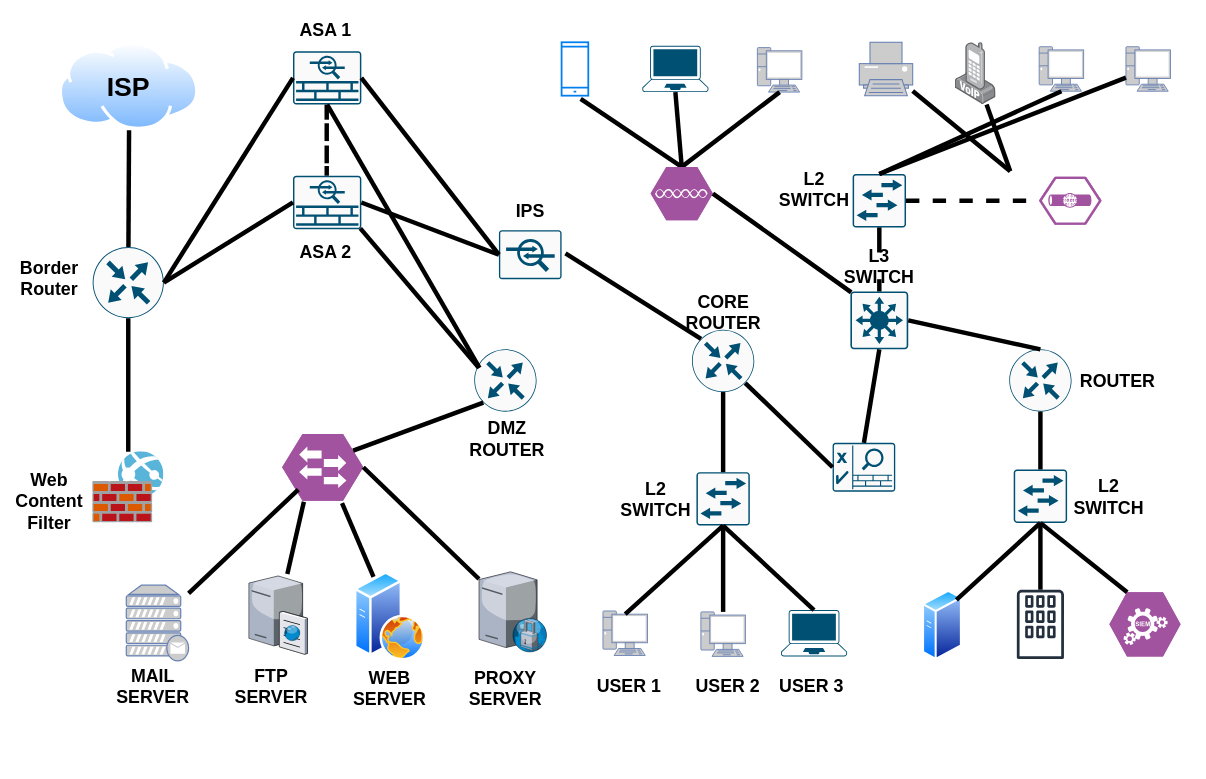
Before: TABA.drawio in HackGuru108/GIIT, a draw.io diagram. Source tidied: cells renumbered, new cells numbered last; positions are measured from the earlier drawing's top-left corner, leaving out a move shared by most shapes. Both pictures are drawn from the tidied source at 89%, with x=0, y=0 at pixel (22, 15).
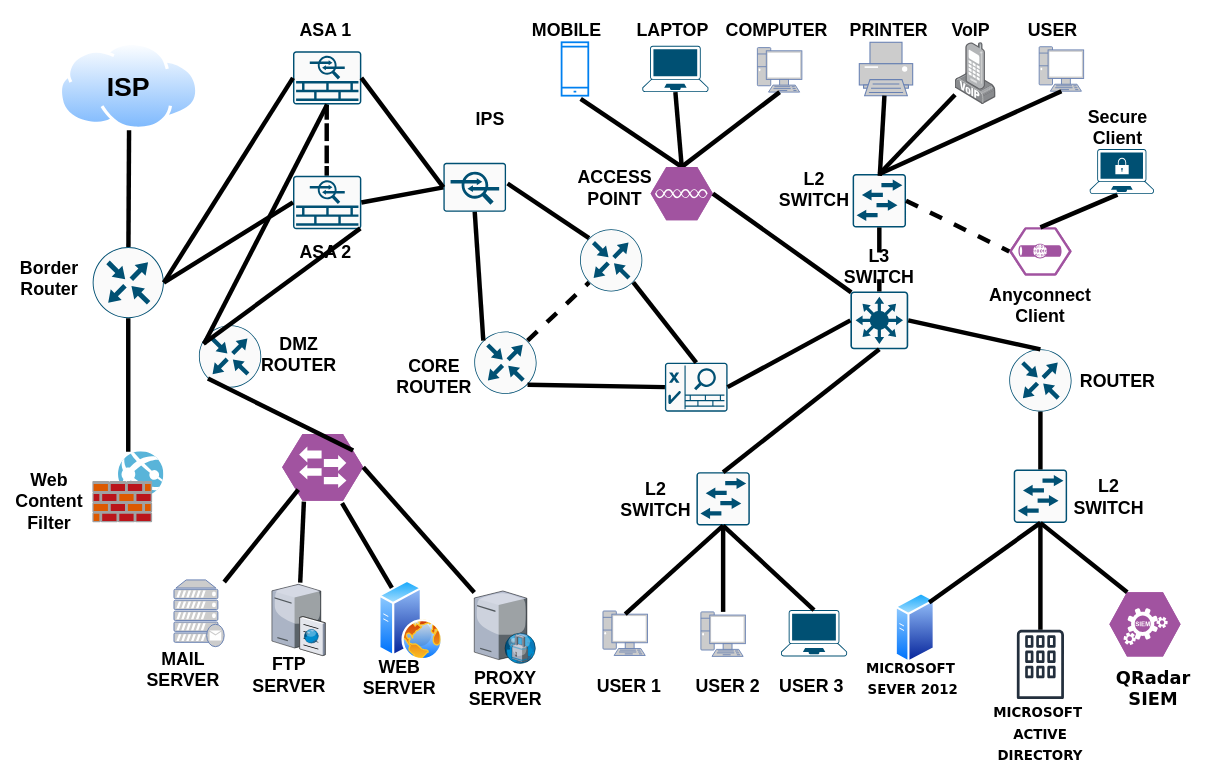
Above is the later version.

Unchanged cells that the change refers to:
```xml
<mxCell id="12" style="sketch=0;points=[[0.015,0.015,0],[0.985,0.015,0],[0.985,0.985,0],[0.015,0.985,0],[0.25,0,0],[0.5,0,0],[0.75,0,0],[1,0.25,0],[1,0.5,0],[1,0.75,0],[0.75,1,0],[0.5,1,0],[0.25,1,0],[0,0.75,0],[0,0.5,0],[0,0.25,0]];verticalLabelPosition=bottom;html=1;verticalAlign=top;align=center;shape=mxgraph.cisco19.rect;prIcon=l3_switch;fillColor=#FAFAFA;strokeColor=#005073;" parent="1" vertex="1">
  <mxGeometry x="930" y="310" width="65" height="65" as="geometry" />
</mxCell>
<mxCell id="14" style="sketch=0;points=[[0.015,0.015,0],[0.985,0.015,0],[0.985,0.985,0],[0.015,0.985,0],[0.25,0,0],[0.5,0,0],[0.75,0,0],[1,0.25,0],[1,0.5,0],[1,0.75,0],[0.75,1,0],[0.5,1,0],[0.25,1,0],[0,0.75,0],[0,0.5,0],[0,0.25,0]];verticalLabelPosition=bottom;html=1;verticalAlign=top;align=center;shape=mxgraph.cisco19.rect;prIcon=l2_switch;fillColor=#FAFAFA;strokeColor=#005073;" parent="1" vertex="1">
  <mxGeometry x="757" y="513" width="60" height="60" as="geometry" />
</mxCell>
<mxCell id="22" style="sketch=0;points=[[0.015,0.015,0],[0.985,0.015,0],[0.985,0.985,0],[0.015,0.985,0],[0.25,0,0],[0.5,0,0],[0.75,0,0],[1,0.25,0],[1,0.5,0],[1,0.75,0],[0.75,1,0],[0.5,1,0],[0.25,1,0],[0,0.75,0],[0,0.5,0],[0,0.25,0]];verticalLabelPosition=bottom;html=1;verticalAlign=top;align=center;shape=mxgraph.cisco19.rect;prIcon=l2_switch;fillColor=#FAFAFA;strokeColor=#005073;" parent="1" vertex="1">
  <mxGeometry x="932.5" y="178" width="60" height="60" as="geometry" />
</mxCell>
<mxCell id="23" style="fontColor=#0066CC;verticalAlign=top;verticalLabelPosition=bottom;labelPosition=center;align=center;html=1;outlineConnect=0;fillColor=#CCCCCC;strokeColor=#6881B3;gradientColor=none;gradientDirection=north;strokeWidth=2;shape=mxgraph.networks.printer;" parent="1" vertex="1">
  <mxGeometry x="940" y="30" width="60" height="60" as="geometry" />
</mxCell>
<mxCell id="24" style="points=[];html=1;align=center;shadow=0;dashed=0;image;image=img/lib/allied_telesis/computer_and_terminals/VOIP_IP_phone.svg;" parent="1" vertex="1">
  <mxGeometry x="1047.6" y="30" width="46" height="70" as="geometry" />
</mxCell>
```

The edit, as a diff of the source:
```diff
@@
     <mxCell id="9" style="sketch=0;points=[[0.015,0.015,0],[0.985,0.015,0],[0.985,0.985,0],[0.015,0.985,0],[0.25,0,0],[0.5,0,0],[0.75,0,0],[1,0.25,0],[1,0.5,0],[1,0.75,0],[0.75,1,0],[0.5,1,0],[0.25,1,0],[0,0.75,0],[0,0.5,0],[0,0.25,0]];verticalLabelPosition=bottom;html=1;verticalAlign=top;align=center;shape=mxgraph.cisco19.rect;prIcon=ips_ids;fillColor=#FAFAFA;strokeColor=#005073;" parent="1" vertex="1">
-      <mxGeometry x="535.1" y="241.2" width="70.4" height="55" as="geometry" />
+      <mxGeometry x="472.7" y="165.5" width="70.4" height="55" as="geometry" />
     </mxCell>
     <mxCell id="10" style="sketch=0;points=[[0.5,0,0],[1,0.5,0],[0.5,1,0],[0,0.5,0],[0.145,0.145,0],[0.8555,0.145,0],[0.855,0.8555,0],[0.145,0.855,0]];verticalLabelPosition=bottom;html=1;verticalAlign=top;align=center;shape=mxgraph.cisco19.rect;prIcon=router;fillColor=#FAFAFA;strokeColor=#005073;" parent="1" vertex="1">
-      <mxGeometry x="752" y="353" width="70" height="70" as="geometry" />
+      <mxGeometry x="507.4" y="355" width="70" height="70" as="geometry" />
     </mxCell>
     <mxCell id="11" style="sketch=0;points=[[0.015,0.015,0],[0.985,0.015,0],[0.985,0.985,0],[0.015,0.985,0],[0.25,0,0],[0.5,0,0],[0.75,0,0],[1,0.25,0],[1,0.5,0],[1,0.75,0],[0.75,1,0],[0.5,1,0],[0.25,1,0],[0,0.75,0],[0,0.5,0],[0,0.25,0]];verticalLabelPosition=bottom;html=1;verticalAlign=top;align=center;shape=mxgraph.cisco19.rect;prIcon=nac_appliance;fillColor=#FAFAFA;strokeColor=#005073;" parent="1" vertex="1">
-      <mxGeometry x="910" y="480" width="70.4" height="55" as="geometry" />
+      <mxGeometry x="721.6" y="390" width="70.4" height="55" as="geometry" />
     </mxCell>
@@
     <mxCell id="16" style="perimeter=ellipsePerimeter;html=1;align=center;shadow=0;dashed=0;spacingTop=3;image;image=img/lib/active_directory/generic_server.svg;" parent="1" vertex="1">
-      <mxGeometry x="1011" y="645" width="44.8" height="80" as="geometry" />
+      <mxGeometry x="980.4" y="648" width="44.8" height="80" as="geometry" />
     </mxCell>
     <mxCell id="17" style="sketch=0;outlineConnect=0;fontColor=#232F3E;gradientColor=none;fillColor=#232F3D;strokeColor=none;dashed=0;verticalLabelPosition=bottom;verticalAlign=top;align=center;html=1;fontSize=12;fontStyle=0;shape=mxgraph.aws4.corporate_data_center;" parent="1" vertex="1">
-      <mxGeometry x="1117" y="645" width="53" height="78" as="geometry" />
+      <mxGeometry x="1117" y="690" width="53" height="78" as="geometry" />
     </mxCell>
@@
-    <mxCell id="28" style="fontColor=#0066CC;verticalAlign=top;verticalLabelPosition=bottom;labelPosition=center;align=center;html=1;outlineConnect=0;fillColor=#CCCCCC;strokeColor=#6881B3;gradientColor=none;gradientDirection=north;strokeWidth=2;shape=mxgraph.networks.pc;" parent="1" vertex="1">
-      <mxGeometry x="1239.6" y="35" width="50" height="50" as="geometry" />
-    </mxCell>
@@
-    <mxCell id="38" style="endArrow=none;html=1;rounded=0;strokeWidth=5;exitX=0.145;exitY=0.145;exitDx=0;exitDy=0;exitPerimeter=0;entryX=1.062;entryY=0.473;entryDx=0;entryDy=0;entryPerimeter=0;" parent="1" edge="1" source="10" target="9">
+    <mxCell id="38" style="endArrow=none;html=1;rounded=0;strokeWidth=5;exitX=0.145;exitY=0.145;exitDx=0;exitDy=0;exitPerimeter=0;entryX=0.5;entryY=1;entryDx=0;entryDy=0;entryPerimeter=0;" parent="1" edge="1" source="10" target="9">
       <mxGeometry relative="1" as="geometry" />
     </mxCell>
@@
-    <mxCell id="40" style="endArrow=none;html=1;rounded=0;strokeWidth=5;exitX=0.5;exitY=1;exitDx=0;exitDy=0;exitPerimeter=0;entryX=0.5;entryY=0;entryDx=0;entryDy=0;entryPerimeter=0;" parent="1" edge="1" source="12" target="11">
+    <mxCell id="40" style="endArrow=none;html=1;rounded=0;strokeWidth=5;exitX=0;exitY=0.5;exitDx=0;exitDy=0;exitPerimeter=0;entryX=1;entryY=0.5;entryDx=0;entryDy=0;entryPerimeter=0;" parent="1" edge="1" source="12" target="11">
       <mxGeometry relative="1" as="geometry" />
     </mxCell>
@@
     <mxCell id="42" style="verticalLabelPosition=bottom;sketch=0;html=1;fillColor=#A153A0;strokeColor=#ffffff;verticalAlign=top;align=center;points=[[0,0.5,0],[0.125,0.25,0],[0.25,0,0],[0.5,0,0],[0.75,0,0],[0.875,0.25,0],[1,0.5,0],[0.875,0.75,0],[0.75,1,0],[0.5,1,0],[0.125,0.75,0]];shape=mxgraph.cisco_safe.compositeIcon;bgIcon=mxgraph.cisco_safe.design.blank_device;resIcon=mxgraph.cisco_safe.design.cisco_anyconnect;" parent="1" vertex="1">
-      <mxGeometry x="1142.1" y="181" width="70" height="54" as="geometry" />
+      <mxGeometry x="1108.5" y="238" width="70" height="54" as="geometry" />
     </mxCell>
-    <mxCell id="43" style="endArrow=none;html=1;rounded=0;strokeWidth=5;exitX=0.5;exitY=0;exitDx=0;exitDy=0;exitPerimeter=0;entryX=0.5;entryY=1;entryDx=0;entryDy=0;entryPerimeter=0;" parent="1" edge="1" source="14" target="10">
+    <mxCell id="43" style="endArrow=none;html=1;rounded=0;strokeWidth=5;exitX=0.5;exitY=0;exitDx=0;exitDy=0;exitPerimeter=0;entryX=0.5;entryY=1;entryDx=0;entryDy=0;entryPerimeter=0;" parent="1" edge="1" source="14" target="12">
       <mxGeometry relative="1" as="geometry" />
     </mxCell>
@@
-    <mxCell id="53" style="endArrow=none;html=1;rounded=0;strokeWidth=5;exitX=0.5;exitY=0;exitDx=0;exitDy=0;exitPerimeter=0;" parent="1" edge="1" source="22" target="28">
+    <mxCell id="53" style="endArrow=none;html=1;rounded=0;strokeWidth=5;exitX=0.5;exitY=0;exitDx=0;exitDy=0;exitPerimeter=0;entryX=0.432;entryY=1.013;entryDx=0;entryDy=0;entryPerimeter=0;" parent="1" edge="1" source="42" target="107">
       <mxGeometry relative="1" as="geometry" />
     </mxCell>
@@
-    <mxCell id="55" style="endArrow=none;html=1;rounded=0;strokeWidth=5;" parent="1" edge="1" target="24">
-      <mxGeometry relative="1" as="geometry">
-        <mxPoint x="1109.6" y="175" as="sourcePoint" />
-      </mxGeometry>
+    <mxCell id="55" style="endArrow=none;html=1;rounded=0;strokeWidth=5;exitX=0.5;exitY=0;exitDx=0;exitDy=0;exitPerimeter=0;" parent="1" edge="1" source="22" target="24">
+      <mxGeometry relative="1" as="geometry" />
     </mxCell>
     <mxCell id="56" style="endArrow=none;html=1;rounded=0;strokeWidth=5;" parent="1" edge="1" target="23">
       <mxGeometry relative="1" as="geometry">
-        <mxPoint x="1109.6" y="175" as="sourcePoint" />
+        <mxPoint x="963" y="180" as="sourcePoint" />
       </mxGeometry>
     </mxCell>
@@
     <mxCell id="67" value="&lt;b&gt;IPS&lt;/b&gt;" style="text;html=1;strokeColor=none;fillColor=none;align=center;verticalAlign=middle;whiteSpace=wrap;rounded=0;fontSize=20;" parent="1" vertex="1">
-      <mxGeometry x="530" y="203.8" width="80.6" height="30" as="geometry" />
+      <mxGeometry x="484.9" y="100" width="80.6" height="30" as="geometry" />
     </mxCell>
     <mxCell id="68" value="&lt;b&gt;CORE ROUTER&lt;/b&gt;" style="text;html=1;strokeColor=none;fillColor=none;align=center;verticalAlign=middle;whiteSpace=wrap;rounded=0;fontSize=20;" parent="1" vertex="1">
-      <mxGeometry x="746.7" y="318" width="80.6" height="30" as="geometry" />
+      <mxGeometry x="421.5" y="390" width="80.6" height="30" as="geometry" />
     </mxCell>
@@
     <mxCell id="76" style="sketch=0;points=[[0.5,0,0],[1,0.5,0],[0.5,1,0],[0,0.5,0],[0.145,0.145,0],[0.8555,0.145,0],[0.855,0.8555,0],[0.145,0.855,0]];verticalLabelPosition=bottom;html=1;verticalAlign=top;align=center;shape=mxgraph.cisco19.rect;prIcon=router;fillColor=#FAFAFA;strokeColor=#005073;" parent="1" vertex="1">
-      <mxGeometry x="507.4" y="375" width="70" height="70" as="geometry" />
+      <mxGeometry x="198" y="348" width="70" height="70" as="geometry" />
     </mxCell>
@@
     <mxCell id="79" value="&lt;b&gt;DMZ ROUTER&lt;/b&gt;" style="text;html=1;strokeColor=none;fillColor=none;align=center;verticalAlign=middle;whiteSpace=wrap;rounded=0;fontSize=20;" parent="1" vertex="1">
-      <mxGeometry x="503.5" y="460" width="80.6" height="30" as="geometry" />
+      <mxGeometry x="269.7" y="365" width="80.6" height="30" as="geometry" />
     </mxCell>
     <mxCell id="80" style="fontColor=#0066CC;verticalAlign=top;verticalLabelPosition=bottom;labelPosition=center;align=center;html=1;outlineConnect=0;fillColor=#CCCCCC;strokeColor=#6881B3;gradientColor=none;gradientDirection=north;strokeWidth=2;shape=mxgraph.networks.mail_server;fontSize=20;" parent="1" vertex="1">
-      <mxGeometry x="116.4" y="640" width="70" height="85" as="geometry" />
+      <mxGeometry x="170" y="634.1" width="56.4" height="75" as="geometry" />
     </mxCell>
     <mxCell id="81" style="verticalLabelPosition=bottom;sketch=0;html=1;verticalAlign=top;strokeColor=none;align=center;outlineConnect=0;shape=mxgraph.citrix.ftp_server;fontSize=20;" parent="1" vertex="1">
-      <mxGeometry x="254.1" y="627.5" width="65.9" height="90" as="geometry" />
+      <mxGeometry x="280" y="637.1" width="59.9" height="81.9" as="geometry" />
     </mxCell>
     <mxCell id="82" style="perimeter=ellipsePerimeter;html=1;align=center;shadow=0;dashed=0;spacingTop=3;image;image=img/lib/active_directory/web_server.svg;fontSize=20;" parent="1" vertex="1">
-      <mxGeometry x="372.7" y="625" width="80" height="100" as="geometry" />
+      <mxGeometry x="400" y="634.1" width="72.7" height="90.9" as="geometry" />
     </mxCell>
     <mxCell id="83" style="verticalLabelPosition=bottom;sketch=0;html=1;verticalAlign=top;strokeColor=none;align=center;outlineConnect=0;shape=mxgraph.citrix.proxy_server;fontSize=20;" parent="1" vertex="1">
-      <mxGeometry x="512.7" y="625" width="76.5" height="90" as="geometry" />
+      <mxGeometry x="507.4" y="646.5" width="69.2" height="81.5" as="geometry" />
     </mxCell>
@@
     <mxCell id="85" value="&lt;b&gt;MAIL SERVER&lt;/b&gt;" style="text;html=1;strokeColor=none;fillColor=none;align=center;verticalAlign=middle;whiteSpace=wrap;rounded=0;fontSize=20;" parent="1" vertex="1">
-      <mxGeometry x="105.8" y="738" width="80.6" height="30" as="geometry" />
+      <mxGeometry x="140" y="719" width="80.6" height="30" as="geometry" />
     </mxCell>
     <mxCell id="86" value="&lt;b&gt;FTP SERVER&lt;/b&gt;" style="text;html=1;strokeColor=none;fillColor=none;align=center;verticalAlign=middle;whiteSpace=wrap;rounded=0;fontSize=20;" parent="1" vertex="1">
-      <mxGeometry x="239.3" y="738" width="80.6" height="30" as="geometry" />
+      <mxGeometry x="259.3" y="725" width="80.6" height="30" as="geometry" />
     </mxCell>
     <mxCell id="87" value="&lt;b&gt;WEB SERVER&lt;/b&gt;" style="text;html=1;strokeColor=none;fillColor=none;align=center;verticalAlign=middle;whiteSpace=wrap;rounded=0;fontSize=20;" parent="1" vertex="1">
-      <mxGeometry x="372.1" y="740" width="80.6" height="30" as="geometry" />
+      <mxGeometry x="382.7" y="728" width="80.6" height="30" as="geometry" />
     </mxCell>
@@
+    <mxCell id="96" value="&lt;b style=&quot;font-family: &amp;#34;verdana&amp;#34; , &amp;#34;arial&amp;#34; , &amp;#34;helvetica&amp;#34; , sans-serif ; font-size: 15px&quot;&gt;MICROSOFT&amp;nbsp;&lt;br&gt;SEVER 2012&lt;/b&gt;" style="text;html=1;strokeColor=none;fillColor=none;align=center;verticalAlign=middle;whiteSpace=wrap;rounded=0;fontSize=20;" parent="1" vertex="1">
+      <mxGeometry x="960" y="728" width="80.6" height="30" as="geometry" />
+    </mxCell>
+    <mxCell id="97" value="&lt;b style=&quot;font-family: &amp;#34;verdana&amp;#34; , &amp;#34;arial&amp;#34; , &amp;#34;helvetica&amp;#34; , sans-serif ; font-size: 15px&quot;&gt;MICROSOFT&amp;nbsp;&lt;br&gt;ACTIVE DIRECTORY&lt;/b&gt;" style="text;html=1;strokeColor=none;fillColor=none;align=center;verticalAlign=middle;whiteSpace=wrap;rounded=0;fontSize=20;" parent="1" vertex="1">
+      <mxGeometry x="1103.2" y="790" width="80.6" height="30" as="geometry" />
+    </mxCell>
+    <mxCell id="98" value="&lt;b style=&quot;font-family: &amp;#34;verdana&amp;#34; , &amp;#34;arial&amp;#34; , &amp;#34;helvetica&amp;#34; , sans-serif&quot;&gt;QRadar SIEM&lt;/b&gt;" style="text;html=1;strokeColor=none;fillColor=none;align=center;verticalAlign=middle;whiteSpace=wrap;rounded=0;fontSize=20;" parent="1" vertex="1">
+      <mxGeometry x="1230" y="740" width="80.6" height="30" as="geometry" />
+    </mxCell>
+    <mxCell id="99" value="&lt;b&gt;Anyconnect Client&lt;/b&gt;" style="text;html=1;strokeColor=none;fillColor=none;align=center;verticalAlign=middle;whiteSpace=wrap;rounded=0;fontSize=20;" parent="1" vertex="1">
+      <mxGeometry x="1103.2" y="310" width="80.6" height="30" as="geometry" />
+    </mxCell>
+    <mxCell id="100" value="&lt;b&gt;ACCESS&lt;br&gt;POINT&lt;br&gt;&lt;/b&gt;" style="text;html=1;strokeColor=none;fillColor=none;align=center;verticalAlign=middle;whiteSpace=wrap;rounded=0;fontSize=20;" parent="1" vertex="1">
+      <mxGeometry x="624.9" y="178" width="80.6" height="30" as="geometry" />
+    </mxCell>
+    <mxCell id="101" value="&lt;b&gt;MOBILE&lt;/b&gt;" style="text;html=1;strokeColor=none;fillColor=none;align=center;verticalAlign=middle;whiteSpace=wrap;rounded=0;fontSize=20;" parent="1" vertex="1">
+      <mxGeometry x="571.4" width="80.6" height="30" as="geometry" />
+    </mxCell>
+    <mxCell id="102" value="&lt;b&gt;LAPTOP&lt;/b&gt;" style="text;html=1;strokeColor=none;fillColor=none;align=center;verticalAlign=middle;whiteSpace=wrap;rounded=0;fontSize=20;" parent="1" vertex="1">
+      <mxGeometry x="689.9" width="80.6" height="30" as="geometry" />
+    </mxCell>
+    <mxCell id="103" value="&lt;b&gt;COMPUTER&lt;/b&gt;" style="text;html=1;strokeColor=none;fillColor=none;align=center;verticalAlign=middle;whiteSpace=wrap;rounded=0;fontSize=20;" parent="1" vertex="1">
+      <mxGeometry x="807" width="80.6" height="30" as="geometry" />
+    </mxCell>
+    <mxCell id="104" value="&lt;b&gt;PRINTER&lt;/b&gt;" style="text;html=1;strokeColor=none;fillColor=none;align=center;verticalAlign=middle;whiteSpace=wrap;rounded=0;fontSize=20;" parent="1" vertex="1">
+      <mxGeometry x="932.5" width="80.6" height="30" as="geometry" />
+    </mxCell>
+    <mxCell id="105" value="&lt;b&gt;VoIP&lt;/b&gt;" style="text;html=1;strokeColor=none;fillColor=none;align=center;verticalAlign=middle;whiteSpace=wrap;rounded=0;fontSize=20;" parent="1" vertex="1">
+      <mxGeometry x="1025.2" width="80.6" height="30" as="geometry" />
+    </mxCell>
+    <mxCell id="106" value="&lt;b&gt;USER&lt;/b&gt;" style="text;html=1;strokeColor=none;fillColor=none;align=center;verticalAlign=middle;whiteSpace=wrap;rounded=0;fontSize=20;" parent="1" vertex="1">
+      <mxGeometry x="1117" width="80.6" height="30" as="geometry" />
+    </mxCell>
+    <mxCell id="107" style="points=[[0.13,0.02,0],[0.5,0,0],[0.87,0.02,0],[0.885,0.4,0],[0.985,0.985,0],[0.5,1,0],[0.015,0.985,0],[0.115,0.4,0]];verticalLabelPosition=bottom;sketch=0;html=1;verticalAlign=top;align=center;shape=mxgraph.cisco19.secure_endpoints;fillColor=#005073;strokeColor=none;fontSize=15;" parent="1" vertex="1">
+      <mxGeometry x="1198.9" y="150" width="72.1" height="50.5" as="geometry" />
+    </mxCell>
+    <mxCell id="108" value="&lt;b&gt;Secure &lt;br&gt;Client&lt;/b&gt;" style="text;html=1;strokeColor=none;fillColor=none;align=center;verticalAlign=middle;whiteSpace=wrap;rounded=0;fontSize=20;" parent="1" vertex="1">
+      <mxGeometry x="1190.4" y="110" width="80.6" height="30" as="geometry" />
+    </mxCell>
+    <mxCell id="109" style="sketch=0;points=[[0.5,0,0],[1,0.5,0],[0.5,1,0],[0,0.5,0],[0.145,0.145,0],[0.8555,0.145,0],[0.855,0.8555,0],[0.145,0.855,0]];verticalLabelPosition=bottom;html=1;verticalAlign=top;align=center;shape=mxgraph.cisco19.rect;prIcon=router;fillColor=#FAFAFA;strokeColor=#005073;" parent="1" vertex="1">
+      <mxGeometry x="626.2" y="240" width="70" height="70" as="geometry" />
+    </mxCell>
+    <mxCell id="110" style="endArrow=none;dashed=1;html=1;rounded=0;fontSize=15;strokeWidth=5;entryX=0.145;entryY=0.855;entryDx=0;entryDy=0;entryPerimeter=0;exitX=0.8555;exitY=0.145;exitDx=0;exitDy=0;exitPerimeter=0;" parent="1" edge="1" source="10" target="109">
+      <mxGeometry relative="1" as="geometry" />
+    </mxCell>
+    <mxCell id="111" style="endArrow=none;html=1;rounded=0;strokeWidth=5;exitX=0.5;exitY=0;exitDx=0;exitDy=0;exitPerimeter=0;entryX=0.855;entryY=0.8555;entryDx=0;entryDy=0;entryPerimeter=0;" parent="1" edge="1" source="11" target="109">
+      <mxGeometry relative="1" as="geometry" />
+    </mxCell>
+    <mxCell id="112" style="endArrow=none;html=1;rounded=0;strokeWidth=5;exitX=0.145;exitY=0.145;exitDx=0;exitDy=0;exitPerimeter=0;entryX=1.024;entryY=0.421;entryDx=0;entryDy=0;entryPerimeter=0;" parent="1" edge="1" source="109" target="9">
+      <mxGeometry relative="1" as="geometry" />
+    </mxCell>
```
